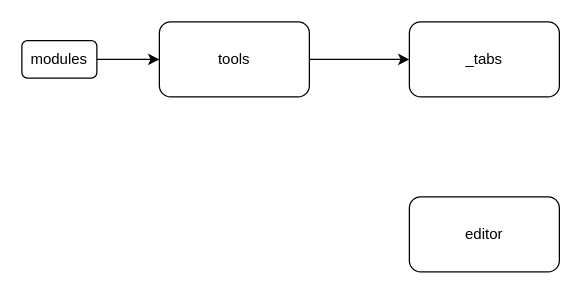
The draw.io diagram Диаграмма без названия.drawio in i5anin/pf-soft-vue, before the edit. Source tidied: cells renumbered, new cells numbered last; positions are measured from the earlier drawing's top-left corner, leaving out a move shared by most shapes. Both pictures are drawn from the tidied source at 125%, with x=0, y=0 at pixel (21, 21).
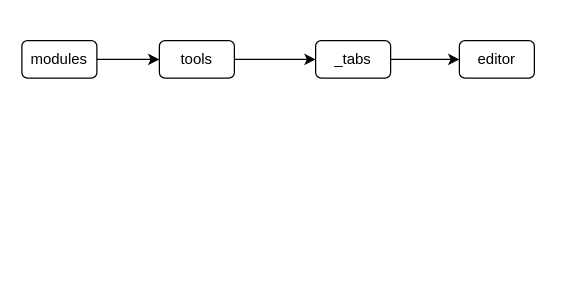
The same diagram, later.

What changed in the source:
```diff
@@
 <mxGraphModel>
   <root>
     <mxCell id="0" />
     <mxCell id="1" parent="0" />
     <mxCell id="2" style="edgeStyle=orthogonalEdgeStyle;rounded=0;jettySize=auto;html=1;" parent="1" edge="1" source="3" target="5">
       <mxGeometry relative="1" as="geometry" />
     </mxCell>
     <mxCell id="3" value="modules" style="rounded=1;whiteSpace=wrap;html=1;" parent="1" vertex="1">
       <mxGeometry y="15" width="60" height="30" as="geometry" />
     </mxCell>
     <mxCell id="4" style="edgeStyle=orthogonalEdgeStyle;rounded=0;jettySize=auto;html=1;" parent="1" edge="1" source="5" target="6">
       <mxGeometry relative="1" as="geometry" />
     </mxCell>
     <mxCell id="5" value="tools" style="whiteSpace=wrap;html=1;rounded=1;" parent="1" vertex="1">
-      <mxGeometry x="110" width="120" height="60" as="geometry" />
+      <mxGeometry x="110" y="15" width="60" height="30" as="geometry" />
     </mxCell>
+    <mxCell id="8" style="edgeStyle=orthogonalEdgeStyle;rounded=0;jettySize=auto;html=1;exitX=1;exitY=0.5;exitDx=0;exitDy=0;entryX=0;entryY=0.5;entryDx=0;entryDy=0;" parent="1" edge="1" source="6" target="7">
+      <mxGeometry relative="1" as="geometry" />
+    </mxCell>
     <mxCell id="6" value="_tabs" style="whiteSpace=wrap;html=1;rounded=1;" parent="1" vertex="1">
-      <mxGeometry x="310" width="120" height="60" as="geometry" />
+      <mxGeometry x="235" y="15" width="60" height="30" as="geometry" />
     </mxCell>
     <mxCell id="7" value="editor" style="whiteSpace=wrap;html=1;rounded=1;" parent="1" vertex="1">
-      <mxGeometry x="310" y="140" width="120" height="60" as="geometry" />
+      <mxGeometry x="350" y="15" width="60" height="30" as="geometry" />
     </mxCell>
   </root>
 </mxGraphModel>
```
